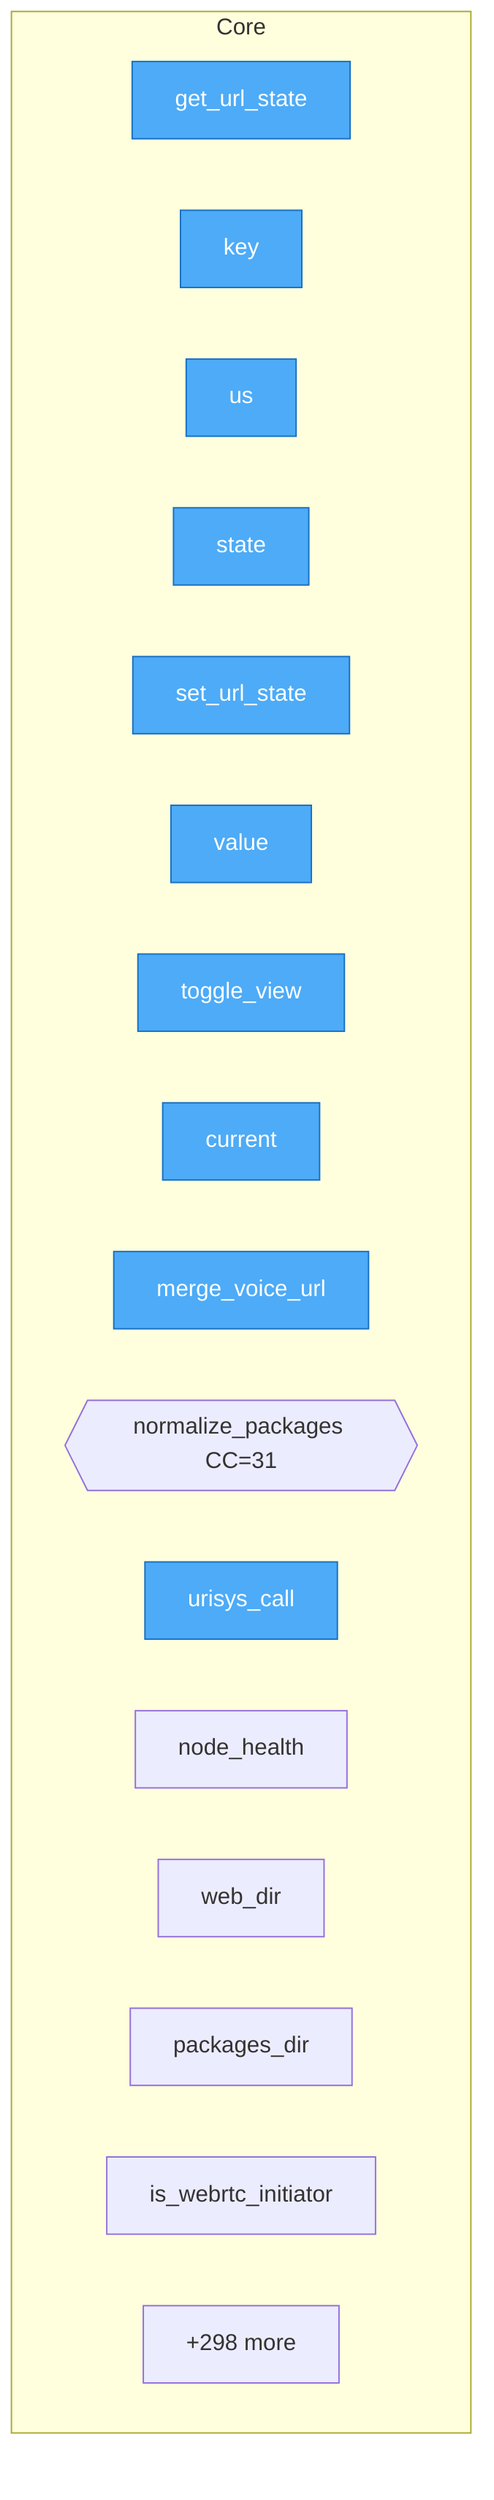
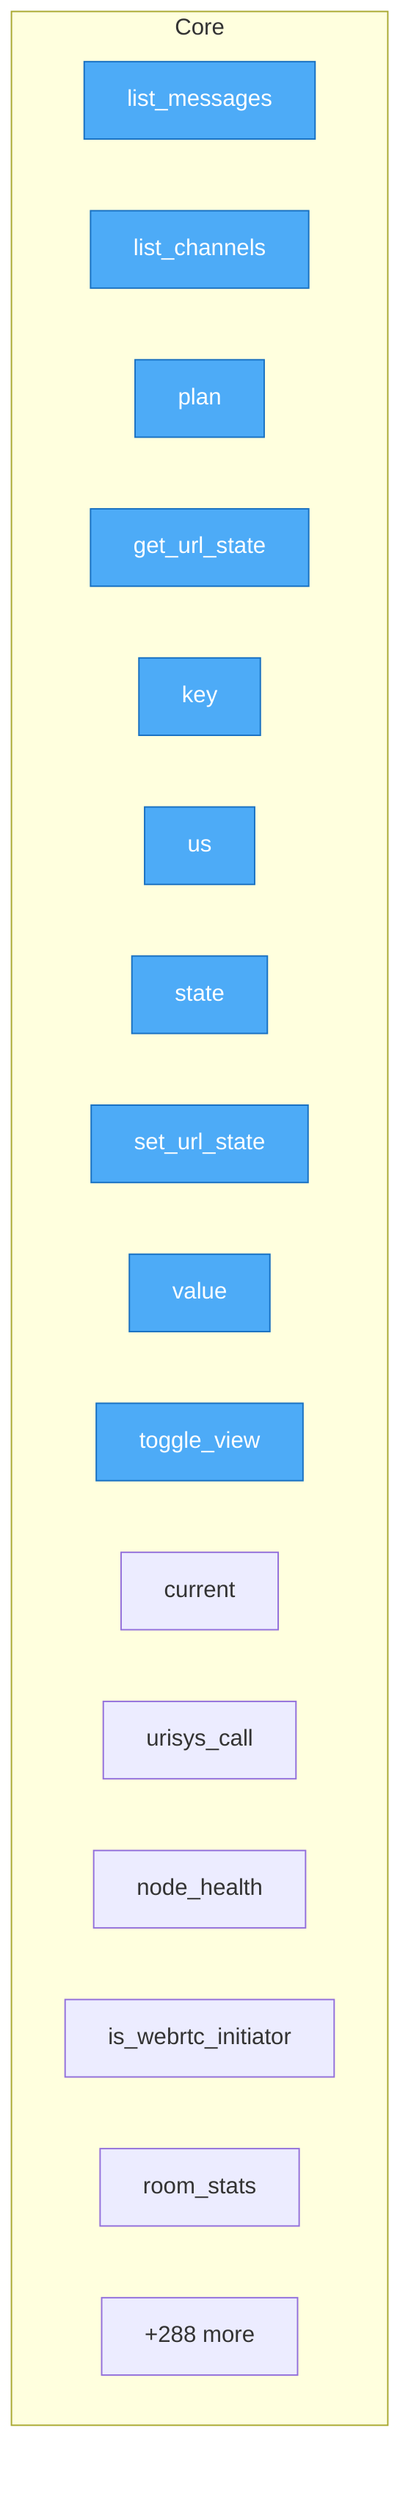
flowchart TD
- %% generated in 0.01s
+ %% generated in 0.02s

    %% Entry points (blue)
    classDef entry fill:#4dabf7,stroke:#1971c2,color:#fff

    subgraph Core
+         packages__ifuri_chat__handlers__messages__list_messages["list_messages"]
+         packages__ifuri_chat__handlers__messages__list_channels["list_channels"]
+         packages__ifuri_voice__handlers__plan__plan["plan"]
        packages__ifuri_page__handlers__get_url_state["get_url_state"]
        packages__ifuri_page__handlers__key["key"]
        packages__ifuri_page__handlers__us["us"]
        packages__ifuri_page__handlers__state["state"]
        packages__ifuri_page__handlers__set_url_state["set_url_state"]
        packages__ifuri_page__handlers__value["value"]
        packages__ifuri_page__handlers__toggle_view["toggle_view"]
        packages__ifuri_page__handlers__current["current"]
-         src__ifuri_app__url_params__merge_voice_url["merge_voice_url"]
-         src__ifuri_app__connect_store__normalize_packages{{normalize_packages CC=31}}
        packages__ifuri_bridge__handlers__urisys_call__urisys_call["urisys_call"]
        packages__ifuri_bridge__handlers__urisys_call__node_health["node_health"]
-         src__ifuri_app__paths__web_dir["web_dir"]
-         src__ifuri_app__paths__packages_dir["packages_dir"]
        src__ifuri_app__webrtc_signal__is_webrtc_initiator["is_webrtc_initiator"]
-         ...["+298 more"]
+         src__ifuri_app__webrtc_signal__room_stats["room_stats"]
+         ...["+288 more"]
    end

-     class packages__ifuri_page__handlers__get_url_state,packages__ifuri_page__handlers__key,packages__ifuri_page__handlers__us,packages__ifuri_page__handlers__state,packages__ifuri_page__handlers__set_url_state,packages__ifuri_page__handlers__value,packages__ifuri_page__handlers__toggle_view,packages__ifuri_page__handlers__current,src__ifuri_app__url_params__merge_voice_url,packages__ifuri_bridge__handlers__urisys_call__urisys_call entry
+     class packages__ifuri_chat__handlers__messages__list_messages,packages__ifuri_chat__handlers__messages__list_channels,packages__ifuri_voice__handlers__plan__plan,packages__ifuri_page__handlers__get_url_state,packages__ifuri_page__handlers__key,packages__ifuri_page__handlers__us,packages__ifuri_page__handlers__state,packages__ifuri_page__handlers__set_url_state,packages__ifuri_page__handlers__value,packages__ifuri_page__handlers__toggle_view entry
